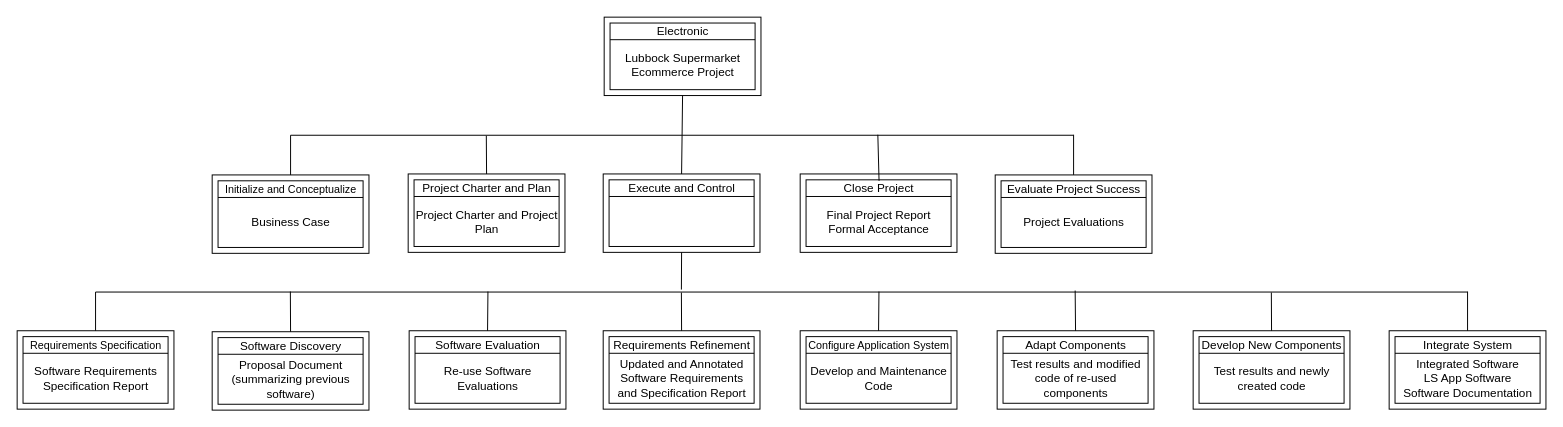
The draw.io diagram page "DSC" (2 of 4) of Project_Diagrams.drawio in stephencdevaney/TTU_CS5363_Software_Project_Management, before the edit. Source tidied: cells renumbered, new cells numbered last; positions are measured from the earlier drawing's top-left corner, leaving out a move shared by most shapes. Both pictures are drawn from the tidied source at 98%, with x=0, y=0 at pixel (17, 17).
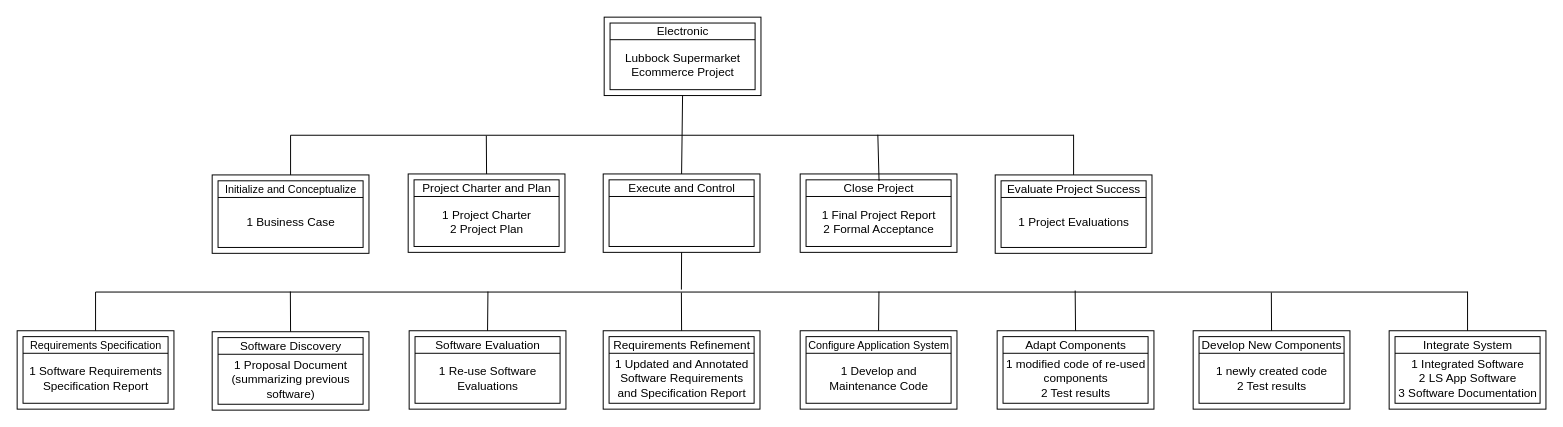
The same diagram, later.

The change refers to these unchanged cells:
```xml
<mxCell id="17" style="group;" parent="1" vertex="1">
  <mxGeometry x="399" y="160" width="160" height="80" as="geometry" />
</mxCell>
<mxCell id="23" style="group;" parent="1" vertex="1">
  <mxGeometry x="199" y="161" width="160" height="80" as="geometry" />
</mxCell>
<mxCell id="29" style="group;" parent="1" vertex="1">
  <mxGeometry x="799" y="160" width="160" height="80" as="geometry" />
</mxCell>
<mxCell id="35" style="group;" parent="1" vertex="1">
  <mxGeometry x="998" y="161" width="155" height="80" as="geometry" />
</mxCell>
<mxCell id="44" style="group;" parent="1" vertex="1">
  <mxGeometry y="320" width="160" height="80" as="geometry" />
</mxCell>
<mxCell id="51" style="group;" parent="1" vertex="1">
  <mxGeometry x="199" y="321" width="160" height="80" as="geometry" />
</mxCell>
<mxCell id="57" style="group;" parent="1" vertex="1">
  <mxGeometry x="400" y="320" width="160" height="80" as="geometry" />
</mxCell>
<mxCell id="63" style="group;" parent="1" vertex="1">
  <mxGeometry x="598" y="320" width="160" height="80" as="geometry" />
</mxCell>
<mxCell id="69" style="group;" parent="1" vertex="1">
  <mxGeometry x="799" y="320" width="160" height="80" as="geometry" />
</mxCell>
<mxCell id="75" style="group;" parent="1" vertex="1">
  <mxGeometry x="1000" y="320" width="160" height="80" as="geometry" />
</mxCell>
<mxCell id="81" style="group;" parent="1" vertex="1">
  <mxGeometry x="1200" y="320" width="160" height="80" as="geometry" />
</mxCell>
<mxCell id="87" style="group;" parent="1" vertex="1">
  <mxGeometry x="1400" y="320" width="160" height="80" as="geometry" />
</mxCell>
```

What changed in the source:
```diff
@@
-    <mxCell id="22" value="Project Charter and Project Plan" style="text;html=1;strokeColor=none;fillColor=none;align=center;verticalAlign=middle;whiteSpace=wrap;rounded=0;" parent="17" vertex="1">
+    <mxCell id="22" value="1 Project Charter &lt;br&gt;2 Project Plan" style="text;html=1;strokeColor=none;fillColor=none;align=center;verticalAlign=middle;whiteSpace=wrap;rounded=0;" parent="17" vertex="1">
       <mxGeometry x="7" y="23" width="147" height="51" as="geometry" />
     </mxCell>
@@
-    <mxCell id="28" value="Business Case" style="text;html=1;strokeColor=none;fillColor=none;align=center;verticalAlign=middle;whiteSpace=wrap;rounded=0;" parent="23" vertex="1">
+    <mxCell id="28" value="1 Business Case" style="text;html=1;strokeColor=none;fillColor=none;align=center;verticalAlign=middle;whiteSpace=wrap;rounded=0;" parent="23" vertex="1">
       <mxGeometry x="7" y="23" width="147" height="51" as="geometry" />
     </mxCell>
@@
-    <mxCell id="34" value="Final Project Report&lt;br&gt;Formal Acceptance" style="text;html=1;strokeColor=none;fillColor=none;align=center;verticalAlign=middle;whiteSpace=wrap;rounded=0;" parent="29" vertex="1">
+    <mxCell id="34" value="1 Final Project Report&lt;br&gt;2 Formal Acceptance" style="text;html=1;strokeColor=none;fillColor=none;align=center;verticalAlign=middle;whiteSpace=wrap;rounded=0;" parent="29" vertex="1">
       <mxGeometry x="7" y="23" width="147" height="51" as="geometry" />
     </mxCell>
@@
-    <mxCell id="40" value="Project Evaluations" style="text;html=1;strokeColor=none;fillColor=none;align=center;verticalAlign=middle;whiteSpace=wrap;rounded=0;" parent="35" vertex="1">
+    <mxCell id="40" value="1 Project Evaluations" style="text;html=1;strokeColor=none;fillColor=none;align=center;verticalAlign=middle;whiteSpace=wrap;rounded=0;" parent="35" vertex="1">
       <mxGeometry x="7" y="23" width="147" height="51" as="geometry" />
     </mxCell>
@@
-    <mxCell id="49" value="Software Requirements Specification Report" style="text;html=1;strokeColor=none;fillColor=none;align=center;verticalAlign=middle;whiteSpace=wrap;rounded=0;" parent="44" vertex="1">
+    <mxCell id="49" value="1 Software Requirements Specification Report" style="text;html=1;strokeColor=none;fillColor=none;align=center;verticalAlign=middle;whiteSpace=wrap;rounded=0;" parent="44" vertex="1">
       <mxGeometry x="7" y="23" width="147" height="51" as="geometry" />
     </mxCell>
@@
-    <mxCell id="56" value="Proposal Document (summarizing previous software)" style="text;html=1;strokeColor=none;fillColor=none;align=center;verticalAlign=middle;whiteSpace=wrap;rounded=0;" parent="51" vertex="1">
+    <mxCell id="56" value="1 Proposal Document (summarizing previous software)" style="text;html=1;strokeColor=none;fillColor=none;align=center;verticalAlign=middle;whiteSpace=wrap;rounded=0;" parent="51" vertex="1">
       <mxGeometry x="7" y="23" width="147" height="51" as="geometry" />
     </mxCell>
@@
-    <mxCell id="62" value="Re-use Software Evaluations" style="text;html=1;strokeColor=none;fillColor=none;align=center;verticalAlign=middle;whiteSpace=wrap;rounded=0;" parent="57" vertex="1">
+    <mxCell id="62" value="1 Re-use Software Evaluations" style="text;html=1;strokeColor=none;fillColor=none;align=center;verticalAlign=middle;whiteSpace=wrap;rounded=0;" parent="57" vertex="1">
       <mxGeometry x="7" y="23" width="147" height="51" as="geometry" />
     </mxCell>
@@
-    <mxCell id="68" value="Updated and Annotated Software Requirements and Specification Report" style="text;html=1;strokeColor=none;fillColor=none;align=center;verticalAlign=middle;whiteSpace=wrap;rounded=0;" parent="63" vertex="1">
+    <mxCell id="68" value="1 Updated and Annotated Software Requirements and Specification Report" style="text;html=1;strokeColor=none;fillColor=none;align=center;verticalAlign=middle;whiteSpace=wrap;rounded=0;" parent="63" vertex="1">
       <mxGeometry x="7" y="23" width="147" height="51" as="geometry" />
     </mxCell>
@@
-    <mxCell id="74" value="Develop and Maintenance Code" style="text;html=1;strokeColor=none;fillColor=none;align=center;verticalAlign=middle;whiteSpace=wrap;rounded=0;" parent="69" vertex="1">
+    <mxCell id="74" value="1 Develop and Maintenance Code" style="text;html=1;strokeColor=none;fillColor=none;align=center;verticalAlign=middle;whiteSpace=wrap;rounded=0;" parent="69" vertex="1">
       <mxGeometry x="7" y="23" width="147" height="51" as="geometry" />
     </mxCell>
@@
-    <mxCell id="80" value="Test results and modified code of re-used components" style="text;html=1;strokeColor=none;fillColor=none;align=center;verticalAlign=middle;whiteSpace=wrap;rounded=0;" parent="75" vertex="1">
+    <mxCell id="80" value="1 modified code of re-used components&lt;br&gt;2 Test results" style="text;html=1;strokeColor=none;fillColor=none;align=center;verticalAlign=middle;whiteSpace=wrap;rounded=0;" parent="75" vertex="1">
       <mxGeometry x="7" y="23" width="147" height="51" as="geometry" />
     </mxCell>
@@
-    <mxCell id="86" value="Test results and newly created code" style="text;html=1;strokeColor=none;fillColor=none;align=center;verticalAlign=middle;whiteSpace=wrap;rounded=0;" parent="81" vertex="1">
+    <mxCell id="86" value="1&amp;nbsp;newly created code&lt;br&gt;2 Test results" style="text;html=1;strokeColor=none;fillColor=none;align=center;verticalAlign=middle;whiteSpace=wrap;rounded=0;" parent="81" vertex="1">
       <mxGeometry x="7" y="23" width="147" height="51" as="geometry" />
     </mxCell>
@@
-    <mxCell id="92" value="Integrated Software&lt;br&gt;LS App Software&lt;br&gt;Software Documentation" style="text;html=1;strokeColor=none;fillColor=none;align=center;verticalAlign=middle;whiteSpace=wrap;rounded=0;" parent="87" vertex="1">
+    <mxCell id="92" value="1 Integrated Software&lt;br&gt;2 LS App Software&lt;br&gt;3 Software Documentation" style="text;html=1;strokeColor=none;fillColor=none;align=center;verticalAlign=middle;whiteSpace=wrap;rounded=0;" parent="87" vertex="1">
       <mxGeometry x="7" y="23" width="147" height="51" as="geometry" />
     </mxCell>
```
